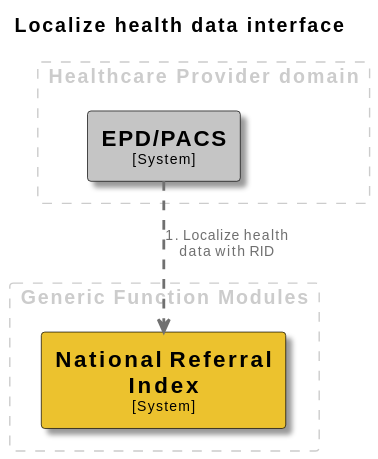
The PlantUML diagram docs/images/structurizr-LocalizeInterface.svg in minvws/gfmodules-coordination, before a commit. The source it was exported from:
```plantuml
@startuml
set separator none
title Localize health data interface

top to bottom direction

skinparam {
  arrowFontSize 10
  defaultTextAlignment center
  wrapWidth 200
  maxMessageSize 100
}

hide stereotype

skinparam rectangle<<EPDPACS>> {
  BackgroundColor #c5c5c5
  FontColor #000000
  BorderColor #000000
  shadowing true
}
skinparam rectangle<<NationalReferralIndex>> {
  BackgroundColor #ecc22e
  FontColor #000000
  BorderColor #000000
  shadowing true
}

rectangle "Generic Function Modules" <<group1>> as group1 {
  skinparam RectangleBorderColor<<group1>> #cccccc
  skinparam RectangleFontColor<<group1>> #cccccc
  skinparam RectangleBorderStyle<<group1>> dashed

  rectangle "==National Referral Index\n<size:10>[System]</size>" <<NationalReferralIndex>> as NationalReferralIndex
}

rectangle "Healthcare Provider domain" <<group2>> as group2 {
  skinparam RectangleBorderColor<<group2>> #cccccc
  skinparam RectangleFontColor<<group2>> #cccccc
  skinparam RectangleBorderStyle<<group2>> dashed

  rectangle "==EPD/PACS\n<size:10>[System]</size>" <<EPDPACS>> as EPDPACS
}

EPDPACS .[#707070,thickness=2].> NationalReferralIndex : "<color:#707070>1. Localize health data with RID"
@enduml
```
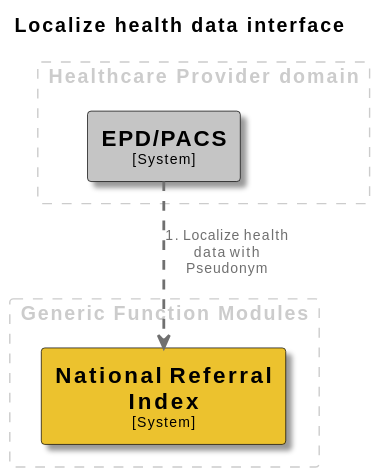
After the commit.

Change to the diagram source:
```diff
@@ -42,5 +42,5 @@
   rectangle "==EPD/PACS\n<size:10>[System]</size>" <<EPDPACS>> as EPDPACS
 }
 
-EPDPACS .[#707070,thickness=2].> NationalReferralIndex : "<color:#707070>1. Localize health data with RID"
+EPDPACS .[#707070,thickness=2].> NationalReferralIndex : "<color:#707070>1. Localize health data with Pseudonym"
 @enduml
```
